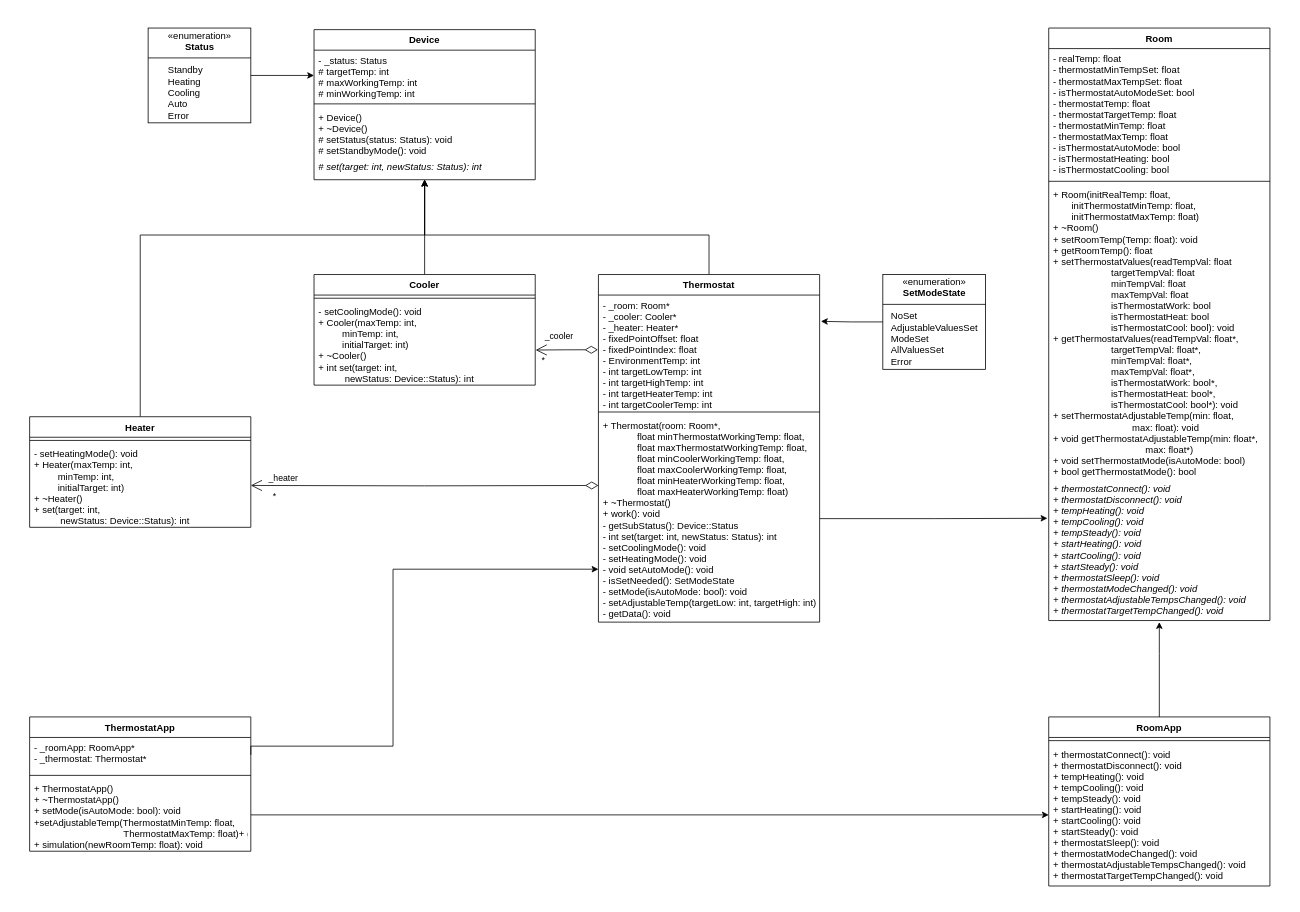
sinanaltinsoy/thermostat_project keeps this draw.io diagram as ThermostatApp.drawio. Above is the earlier version. Source tidied: cells renumbered, new cells numbered last; positions are measured from the earlier drawing's top-left corner, leaving out a move shared by most shapes. Both pictures are drawn from the tidied source at 79%, with x=0, y=0 at pixel (29, 28).
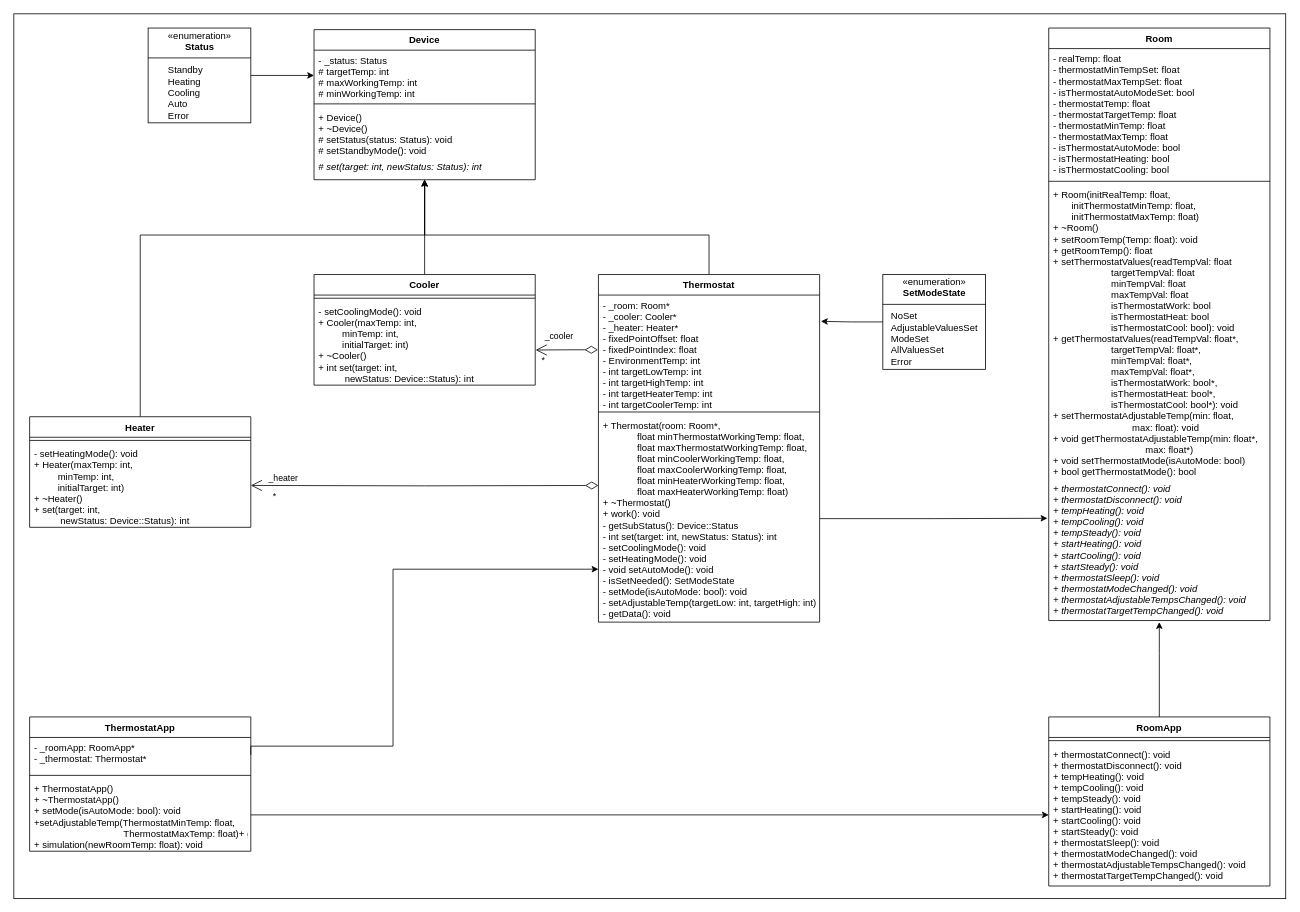
After the change.

Diff of the diagram source:
```diff
@@
+    <mxCell id="49" style="rounded=0;whiteSpace=wrap;html=1;" parent="1" vertex="1">
+      <mxGeometry x="-20" y="-18" width="1610" height="1120" as="geometry" />
+    </mxCell>
```
